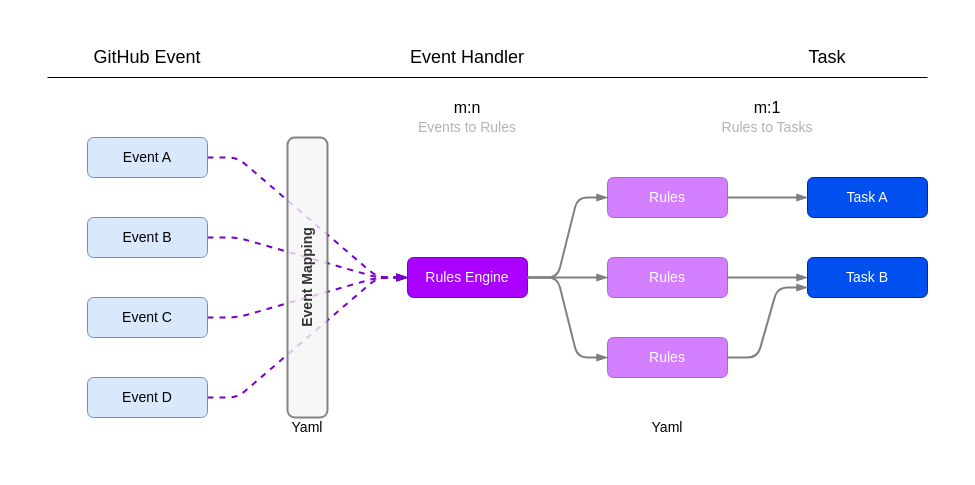
Before: docs/images/RulesConcept-3.drawio in jefeish/github-regulator, a draw.io diagram. Source tidied: cells renumbered, new cells numbered last; positions are measured from the earlier drawing's top-left corner, leaving out a move shared by most shapes. Both pictures are drawn from the tidied source at 100%, with x=0, y=0 at pixel (47, 47).
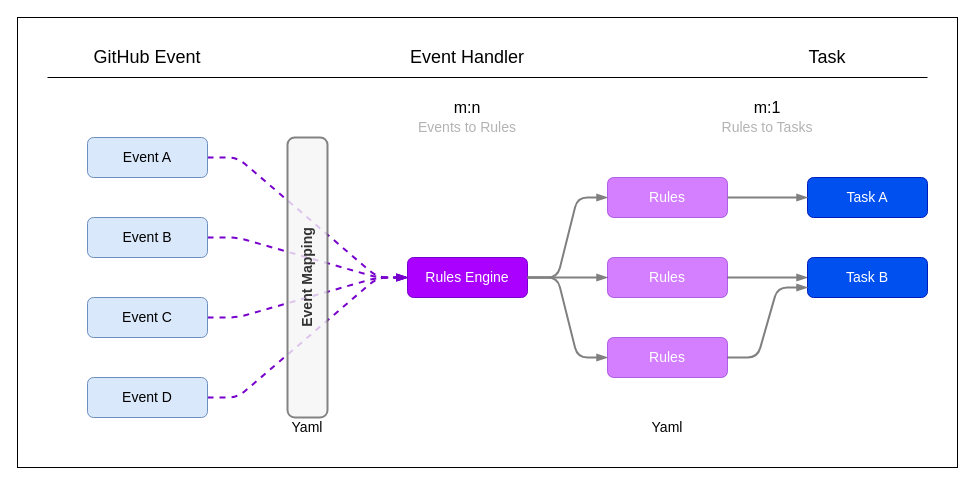
After the change.

Change to the diagram source:
```diff
@@
+    <mxCell id="33" style="rounded=0;whiteSpace=wrap;html=1;" parent="1" vertex="1">
+      <mxGeometry x="-30" y="-30" width="940" height="450" as="geometry" />
+    </mxCell>
```
